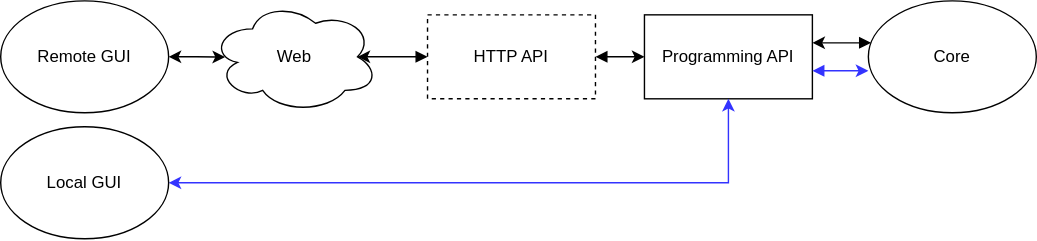
davidhozic/discord-advertisement-framework keeps this draw.io diagram as docs/thesis/images/daf-core-http-api.drawio.svg. Above is the earlier version. Source tidied: cells renumbered, new cells last; positions are measured from the earlier drawing's top-left corner, leaving out a move shared by most shapes.
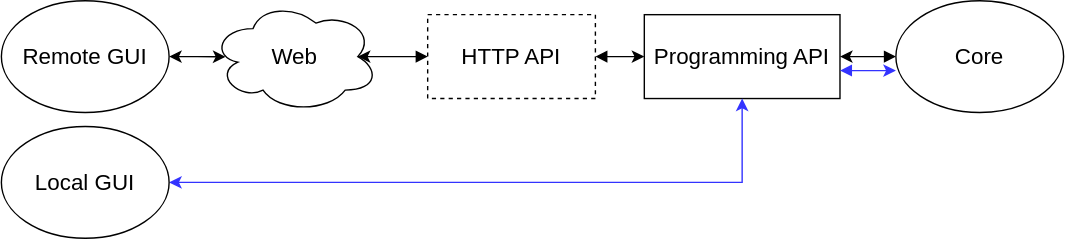
Later version of the same file.

The edit, as a diff of the source:
```diff
@@ -2,40 +2,39 @@
   <root>
     <mxCell id="0" />
     <mxCell id="1" parent="0" />
-    <mxCell id="2" style="edgeStyle=orthogonalEdgeStyle;rounded=0;jettySize=auto;html=1;startArrow=block;startFill=1;" parent="1" edge="1" source="4" target="5">
+    <mxCell id="2" style="edgeStyle=orthogonalEdgeStyle;rounded=0;jettySize=auto;html=1;startArrow=block;startFill=1;fontSize=16;" parent="1" edge="1" source="4" target="5">
       <mxGeometry relative="1" as="geometry" />
     </mxCell>
-    <mxCell id="3" style="edgeStyle=orthogonalEdgeStyle;rounded=0;jettySize=auto;html=1;entryX=0.875;entryY=0.5;entryDx=0;entryDy=0;entryPerimeter=0;startArrow=block;startFill=1;" parent="1" edge="1" source="4" target="6">
+    <mxCell id="3" style="edgeStyle=orthogonalEdgeStyle;rounded=0;jettySize=auto;html=1;entryX=0.875;entryY=0.5;entryDx=0;entryDy=0;entryPerimeter=0;startArrow=block;startFill=1;fontSize=16;" parent="1" edge="1" source="4" target="6">
       <mxGeometry relative="1" as="geometry" />
     </mxCell>
-    <mxCell id="4" value="HTTP API" style="rounded=0;whiteSpace=wrap;html=1;dashed=1;" parent="1" vertex="1">
+    <mxCell id="4" value="HTTP API" style="rounded=0;whiteSpace=wrap;html=1;dashed=1;fontSize=16;" parent="1" vertex="1">
       <mxGeometry x="305" y="10" width="120" height="60" as="geometry" />
     </mxCell>
-    <mxCell id="5" value="Programming API" style="rounded=0;whiteSpace=wrap;html=1;" parent="1" vertex="1">
-      <mxGeometry x="460" y="10" width="120" height="60" as="geometry" />
+    <mxCell id="5" value="Programming API" style="rounded=0;whiteSpace=wrap;html=1;fontSize=16;" parent="1" vertex="1">
+      <mxGeometry x="460" y="10" width="140" height="60" as="geometry" />
     </mxCell>
-    <mxCell id="6" value="Web" style="ellipse;shape=cloud;whiteSpace=wrap;html=1;" parent="1" vertex="1">
+    <mxCell id="6" value="Web" style="ellipse;shape=cloud;whiteSpace=wrap;html=1;fontSize=16;" parent="1" vertex="1">
       <mxGeometry x="150" width="120" height="80" as="geometry" />
     </mxCell>
-    <mxCell id="7" style="edgeStyle=orthogonalEdgeStyle;rounded=0;jettySize=auto;html=1;entryX=0.5;entryY=1;entryDx=0;entryDy=0;startArrow=classic;startFill=1;strokeColor=#3333FF;" parent="1" edge="1" source="8" target="5">
+    <mxCell id="7" style="edgeStyle=orthogonalEdgeStyle;rounded=0;jettySize=auto;html=1;entryX=0.5;entryY=1;entryDx=0;entryDy=0;startArrow=classic;startFill=1;strokeColor=#3333FF;fontSize=16;" parent="1" edge="1" source="8" target="5">
       <mxGeometry relative="1" as="geometry" />
     </mxCell>
-    <mxCell id="8" value="Local GUI" style="ellipse;whiteSpace=wrap;html=1;" parent="1" vertex="1">
+    <mxCell id="8" value="Local GUI" style="ellipse;whiteSpace=wrap;html=1;fontSize=16;" parent="1" vertex="1">
       <mxGeometry y="90" width="120" height="80" as="geometry" />
     </mxCell>
-    <mxCell id="9" style="edgeStyle=orthogonalEdgeStyle;rounded=0;jettySize=auto;html=1;entryX=0.086;entryY=0.502;entryDx=0;entryDy=0;entryPerimeter=0;flowAnimation=0;comic=0;sketch=0;shadow=0;startArrow=classic;startFill=1;" parent="1" edge="1" source="10" target="6">
+    <mxCell id="9" style="edgeStyle=orthogonalEdgeStyle;rounded=0;jettySize=auto;html=1;entryX=0.086;entryY=0.502;entryDx=0;entryDy=0;entryPerimeter=0;flowAnimation=0;comic=0;sketch=0;shadow=0;startArrow=classic;startFill=1;fontSize=16;" parent="1" edge="1" source="10" target="6">
       <mxGeometry relative="1" as="geometry" />
     </mxCell>
-    <mxCell id="10" value="Remote GUI" style="ellipse;whiteSpace=wrap;html=1;" parent="1" vertex="1">
+    <mxCell id="10" value="Remote GUI" style="ellipse;whiteSpace=wrap;html=1;fontSize=16;" parent="1" vertex="1">
       <mxGeometry width="120" height="80" as="geometry" />
     </mxCell>
-    <mxCell id="11" style="edgeStyle=entityRelationEdgeStyle;rounded=0;comic=0;sketch=0;orthogonalLoop=1;jettySize=auto;html=1;shadow=0;startArrow=block;startFill=1;strokeColor=#3333FF;" parent="1" edge="1">
+    <mxCell id="11" style="edgeStyle=entityRelationEdgeStyle;rounded=0;comic=0;sketch=0;jettySize=auto;html=1;shadow=0;startArrow=block;startFill=1;strokeColor=#3333FF;fontSize=16;entryX=0;entryY=0.625;entryDx=0;entryDy=0;entryPerimeter=0;" parent="1" edge="1" target="13">
       <mxGeometry relative="1" as="geometry">
-        <mxPoint x="580" y="50" as="sourcePoint" />
-        <mxPoint x="620" y="50" as="targetPoint" />
+        <mxPoint x="600" y="50" as="sourcePoint" />
       </mxGeometry>
     </mxCell>
-    <mxCell id="12" style="edgeStyle=orthogonalEdgeStyle;rounded=0;jettySize=auto;html=1;startArrow=block;startFill=1;" parent="1" edge="1" source="13" target="5">
+    <mxCell id="12" style="edgeStyle=orthogonalEdgeStyle;rounded=0;jettySize=auto;html=1;startArrow=block;startFill=1;fontSize=16;" parent="1" edge="1" source="13" target="5">
       <mxGeometry relative="1" as="geometry">
         <Array as="points">
           <mxPoint x="590" y="30" />
@@ -43,8 +42,8 @@
         </Array>
       </mxGeometry>
     </mxCell>
-    <mxCell id="13" value="Core" style="ellipse;whiteSpace=wrap;html=1;" parent="1" vertex="1">
-      <mxGeometry x="620" width="120" height="80" as="geometry" />
+    <mxCell id="13" value="Core" style="ellipse;whiteSpace=wrap;html=1;fontSize=16;" parent="1" vertex="1">
+      <mxGeometry x="640" width="120" height="80" as="geometry" />
     </mxCell>
   </root>
 </mxGraphModel>
```
